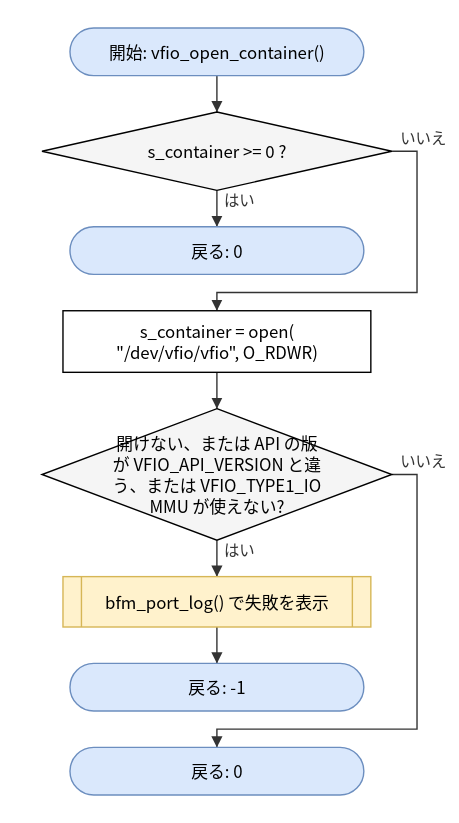
Above: doc/spec/images/flow_port_linux_vfio_port_linux-vfio_open_container.drawio.svg in hf355051012-ai/bfmem (draw.io), before the change. Source tidied: cells renumbered, new cells last; positions are measured from the earlier drawing's top-left corner, leaving out a move shared by most shapes.
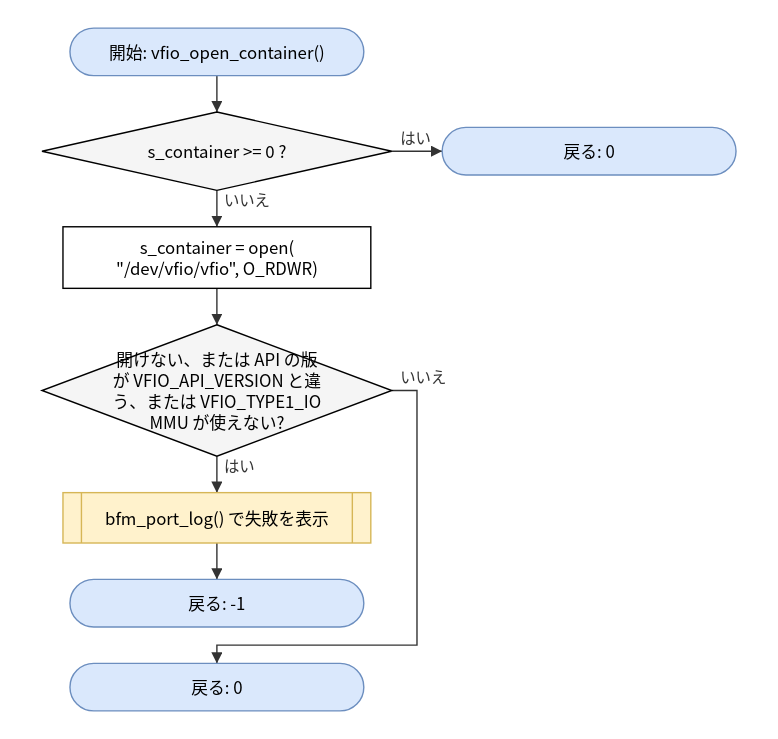
The same file after the commit.

What changed in the source:
```diff
@@ -3,13 +3,13 @@
     <mxCell id="0" />
     <mxCell id="1" parent="0" />
     <mxCell id="2" value="開始: vfio_open_container()" style="rounded=1;arcSize=50;whiteSpace=wrap;html=1;fillColor=#dae8fc;strokeColor=#6c8ebf;" parent="1" vertex="1">
-      <mxGeometry x="20" width="210" height="34" as="geometry" />
+      <mxGeometry x="20" y="60" width="210" height="34" as="geometry" />
     </mxCell>
     <mxCell id="3" value="s_container &amp;gt;= 0 ?" style="rhombus;whiteSpace=wrap;html=1;fillColor=#f5f5f5;" parent="1" vertex="1">
-      <mxGeometry y="60" width="250" height="56" as="geometry" />
+      <mxGeometry y="120" width="250" height="56" as="geometry" />
     </mxCell>
     <mxCell id="4" value="戻る: 0" style="rounded=1;arcSize=50;whiteSpace=wrap;html=1;fillColor=#dae8fc;strokeColor=#6c8ebf;" parent="1" vertex="1">
-      <mxGeometry x="20" y="142" width="210" height="34" as="geometry" />
+      <mxGeometry x="286" y="131" width="210" height="34" as="geometry" />
     </mxCell>
     <mxCell id="5" value="s_container = open(&lt;br&gt;&amp;quot;/dev/vfio/vfio&amp;quot;, O_RDWR)" style="rounded=0;whiteSpace=wrap;html=1;" parent="1" vertex="1">
       <mxGeometry x="15" y="202" width="220" height="44" as="geometry" />
@@ -29,17 +29,11 @@
     <mxCell id="10" style="edgeStyle=none;html=1;rounded=0;endArrow=block;endFill=1;exitX=0.5000;exitY=1.0000;exitDx=0;exitDy=0;exitPerimeter=0;entryX=0.5000;entryY=0.0000;entryDx=0;entryDy=0;entryPerimeter=0;" parent="1" edge="1" source="2" target="3">
       <mxGeometry relative="1" as="geometry" />
     </mxCell>
-    <mxCell id="11" value="はい" style="edgeStyle=none;html=1;rounded=0;endArrow=block;endFill=1;exitX=0.5000;exitY=1.0000;exitDx=0;exitDy=0;exitPerimeter=0;entryX=0.5000;entryY=0.0000;entryDx=0;entryDy=0;entryPerimeter=0;" parent="1" edge="1" source="3" target="4">
+    <mxCell id="11" value="はい" style="edgeStyle=none;html=1;rounded=0;endArrow=block;endFill=1;exitX=1.0000;exitY=0.5000;exitDx=0;exitDy=0;exitPerimeter=0;entryX=0.0000;entryY=0.5000;entryDx=0;entryDy=0;entryPerimeter=0;" parent="1" edge="1" source="3" target="4">
       <mxGeometry relative="1" as="geometry" />
     </mxCell>
-    <mxCell id="12" value="いいえ" style="edgeStyle=none;html=1;rounded=0;endArrow=block;endFill=1;exitX=1.0000;exitY=0.5000;exitDx=0;exitDy=0;exitPerimeter=0;entryX=0.5000;entryY=0.0000;entryDx=0;entryDy=0;entryPerimeter=0;" parent="1" edge="1" source="3" target="5">
-      <mxGeometry relative="1" as="geometry">
-        <Array as="points">
-          <mxPoint x="268" y="88" />
-          <mxPoint x="268" y="189" />
-          <mxPoint x="125" y="189" />
-        </Array>
-      </mxGeometry>
+    <mxCell id="12" value="いいえ" style="edgeStyle=none;html=1;rounded=0;endArrow=block;endFill=1;exitX=0.5000;exitY=1.0000;exitDx=0;exitDy=0;exitPerimeter=0;entryX=0.5000;entryY=0.0000;entryDx=0;entryDy=0;entryPerimeter=0;" parent="1" edge="1" source="3" target="5">
+      <mxGeometry relative="1" as="geometry" />
     </mxCell>
     <mxCell id="13" style="edgeStyle=none;html=1;rounded=0;endArrow=block;endFill=1;exitX=0.5000;exitY=1.0000;exitDx=0;exitDy=0;exitPerimeter=0;entryX=0.5000;entryY=0.0000;entryDx=0;entryDy=0;entryPerimeter=0;" parent="1" edge="1" source="5" target="6">
       <mxGeometry relative="1" as="geometry" />
```
